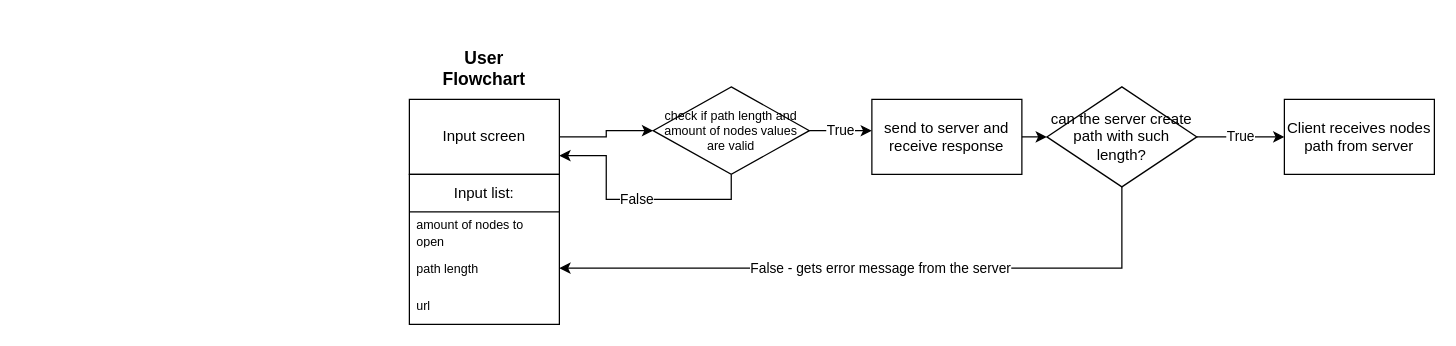
LiamForReal/orbit keeps this draw.io diagram as ORBit Flowchart.drawio. Above is the earlier version. Source tidied: cells renumbered, new cells numbered last; positions are measured from the earlier drawing's top-left corner, leaving out a move shared by most shapes. Both pictures are drawn from the tidied source at 125%, with x=0, y=0 at pixel (409, 49).
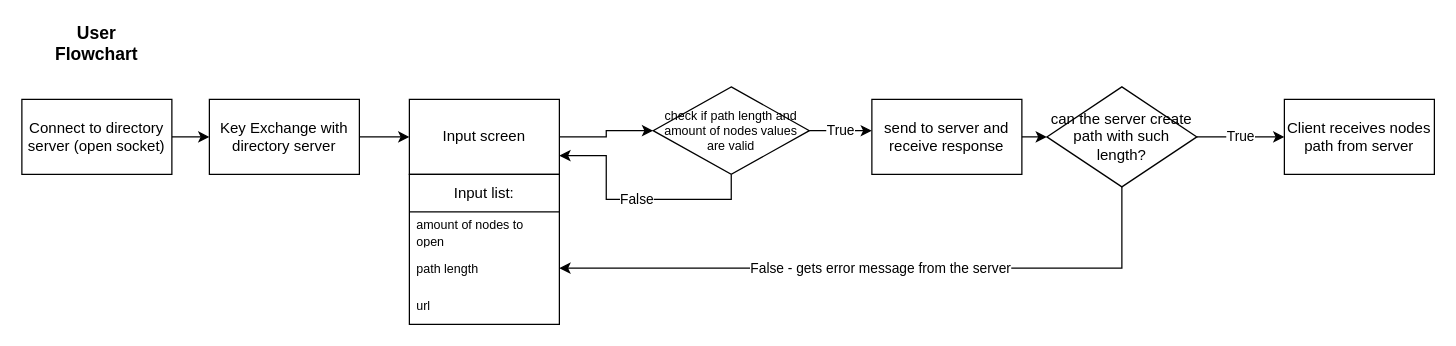
After the change.

The change refers to these unchanged cells:
```xml
<mxCell id="4" value="Input screen" style="rounded=0;whiteSpace=wrap;html=1;" parent="1" vertex="1">
  <mxGeometry y="40" width="120" height="60" as="geometry" />
</mxCell>
```

Change to the diagram source:
```diff
@@
     <mxCell id="2" value="&lt;b style=&quot;font-size: 14px;&quot;&gt;User Flowchart&lt;br&gt;&lt;/b&gt;" style="text;html=1;align=center;verticalAlign=middle;whiteSpace=wrap;rounded=0;" parent="1" vertex="1">
-      <mxGeometry x="30" width="60" height="30" as="geometry" />
+      <mxGeometry x="-280" y="-20" width="60" height="30" as="geometry" />
     </mxCell>
@@
+    <mxCell id="18" style="edgeStyle=orthogonalEdgeStyle;rounded=0;jettySize=auto;html=1;exitX=1;exitY=0.5;exitDx=0;exitDy=0;" parent="1" edge="1" source="19">
+      <mxGeometry relative="1" as="geometry">
+        <mxPoint x="-160" y="69.7" as="targetPoint" />
+      </mxGeometry>
+    </mxCell>
+    <mxCell id="19" value="Connect to directory server (open socket)" style="rounded=0;whiteSpace=wrap;html=1;" parent="1" vertex="1">
+      <mxGeometry x="-310" y="40" width="120" height="60" as="geometry" />
+    </mxCell>
+    <mxCell id="20" style="edgeStyle=orthogonalEdgeStyle;rounded=0;jettySize=auto;html=1;exitX=1;exitY=0.5;exitDx=0;exitDy=0;entryX=0;entryY=0.5;entryDx=0;entryDy=0;" parent="1" edge="1" source="21" target="4">
+      <mxGeometry relative="1" as="geometry" />
+    </mxCell>
+    <mxCell id="21" value="Key Exchange with directory server" style="rounded=0;whiteSpace=wrap;html=1;" parent="1" vertex="1">
+      <mxGeometry x="-160" y="40" width="120" height="60" as="geometry" />
+    </mxCell>
```
